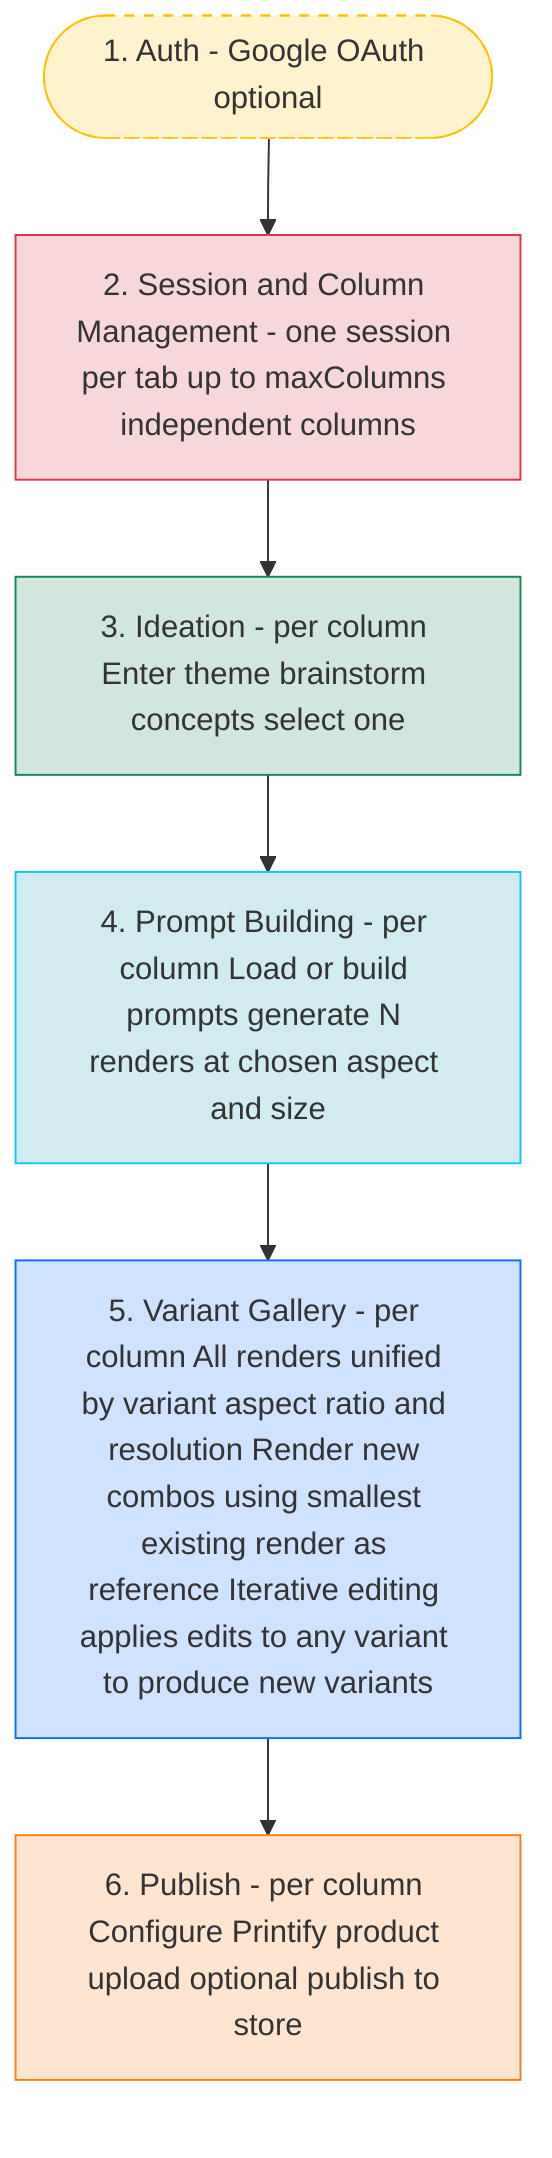
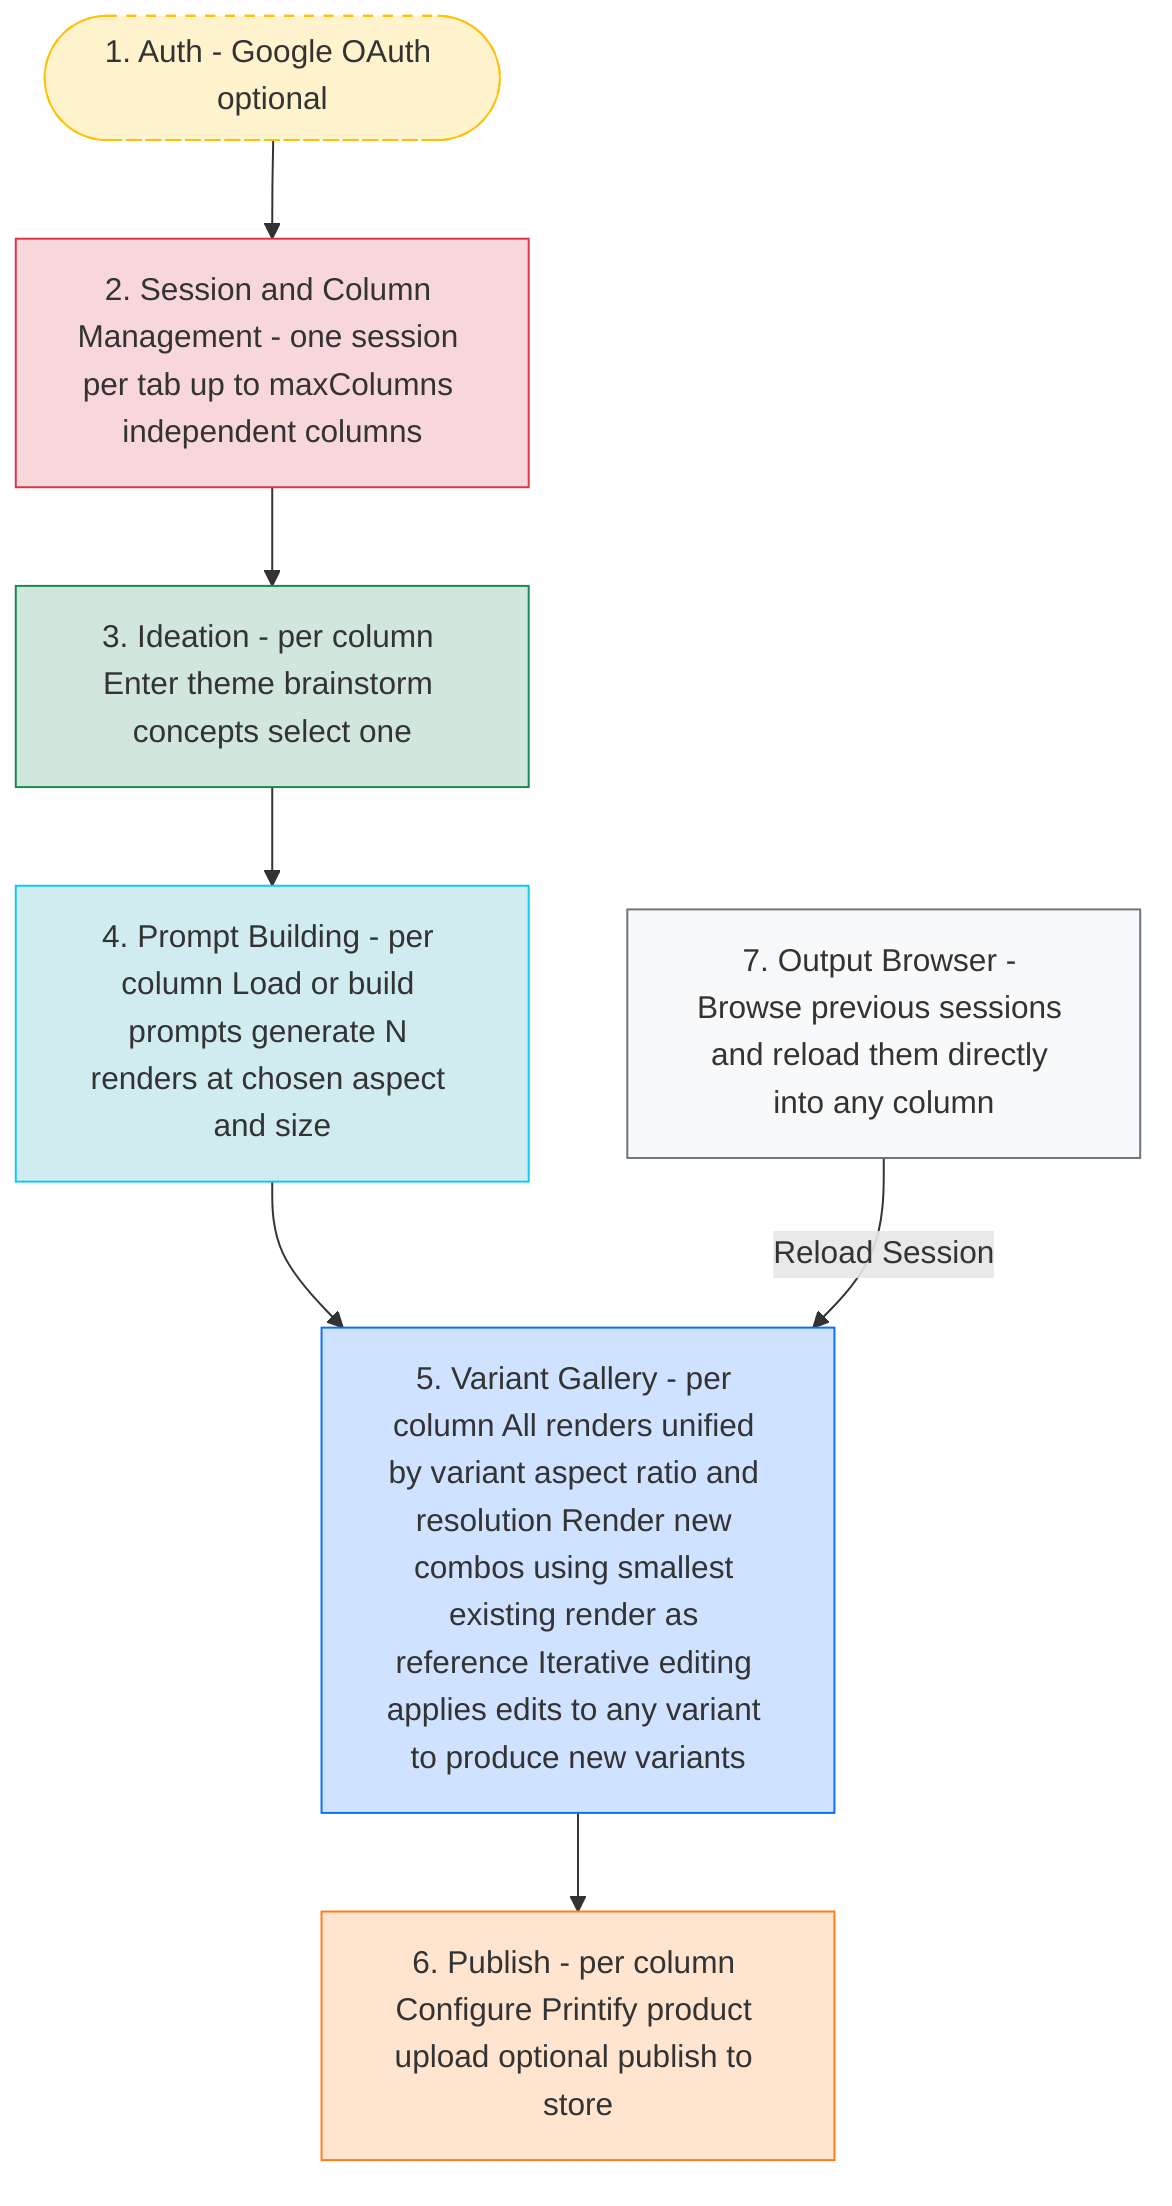
graph TD
    Auth([1. Auth - Google OAuth optional])
    ColMgmt[2. Session and Column Management - one session per tab up to maxColumns independent columns]
    Ideation[3. Ideation - per column Enter theme brainstorm concepts select one]
    PromptBuild[4. Prompt Building - per column Load or build prompts generate N renders at chosen aspect and size]
    Variants[5. Variant Gallery - per column All renders unified by variant aspect ratio and resolution Render new combos using smallest existing render as reference Iterative editing applies edits to any variant to produce new variants]
    Publish[6. Publish - per column Configure Printify product upload optional publish to store]
+     Browser[7. Output Browser - Browse previous sessions and reload them directly into any column]

    Auth --> ColMgmt
    ColMgmt --> Ideation
    Ideation --> PromptBuild
    PromptBuild --> Variants
    Variants --> Publish

+     Browser -- "Reload Session" --> Variants
+ 
    style Auth fill:#fff3cd,stroke:#ffc107,stroke-dasharray: 5 5
    style ColMgmt fill:#f8d7da,stroke:#dc3545
    style Ideation fill:#d1e7dd,stroke:#198754
    style PromptBuild fill:#d1ecf1,stroke:#0dcaf0
    style Variants fill:#cfe2ff,stroke:#0d6efd
    style Publish fill:#ffe5d0,stroke:#fd7e14
+     style Browser fill:#f8f9fa,stroke:#6c757d
